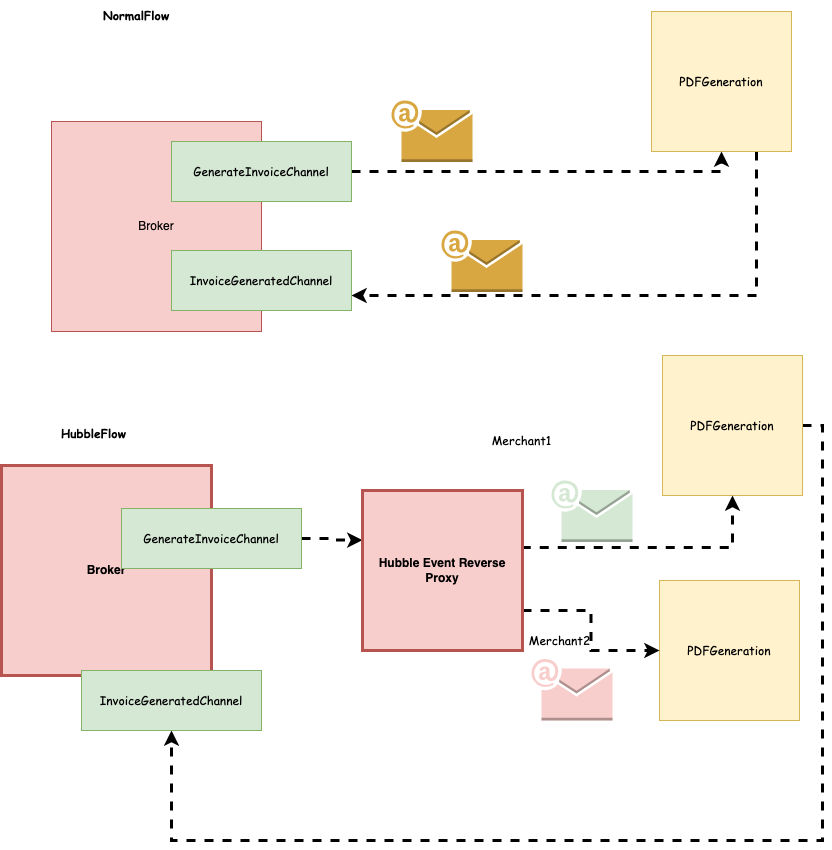
Above: Hubble-Project-Notes/images/10-Hubble-EventProxy-Protocol.png in cb-manick/hubble (draw.io), before the change. Source tidied: cells renumbered, new cells last; positions are measured from the earlier drawing's top-left corner, leaving out a move shared by most shapes.
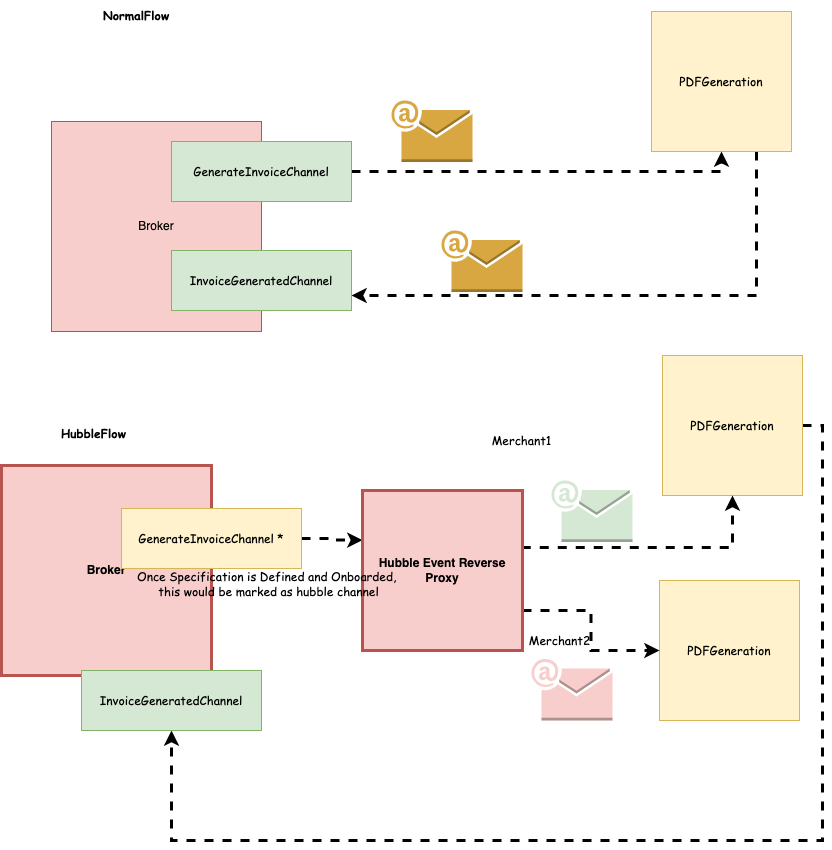
After the commit.

Commit message:
add Event Proxy

The edit, as a diff of the source:
```diff
@@ -53,7 +53,7 @@
     <mxCell id="16" style="edgeStyle=orthogonalEdgeStyle;rounded=0;jettySize=auto;html=1;exitX=1;exitY=0.5;exitDx=0;exitDy=0;entryX=0;entryY=0.31;entryDx=0;entryDy=0;entryPerimeter=0;dashed=1;fontFamily=Comic Sans MS;strokeWidth=3;" parent="1" edge="1" source="17" target="22">
       <mxGeometry relative="1" as="geometry" />
     </mxCell>
-    <mxCell id="17" value="&lt;font face=&quot;Comic Sans MS&quot;&gt;GenerateInvoiceChannel&lt;/font&gt;" style="rounded=0;whiteSpace=wrap;html=1;fillColor=#d5e8d4;strokeColor=#82b366;" parent="1" vertex="1">
+    <mxCell id="17" value="&lt;font face=&quot;Comic Sans MS&quot;&gt;GenerateInvoiceChannel *&lt;/font&gt;" style="rounded=0;whiteSpace=wrap;html=1;fillColor=#fff2cc;strokeColor=#d6b656;" parent="1" vertex="1">
       <mxGeometry x="120" y="508" width="180" height="60" as="geometry" />
     </mxCell>
     <mxCell id="18" style="dashed=0;verticalLabelPosition=bottom;verticalAlign=top;align=center;html=1;shape=mxgraph.aws3.email;fillColor=#f8cecc;strokeColor=#b85450;" parent="1" vertex="1">
@@ -80,5 +80,8 @@
     <mxCell id="25" value="Merchant2" style="text;html=1;align=center;verticalAlign=middle;strokeColor=none;fillColor=none;fontFamily=Comic Sans MS;" parent="1" vertex="1">
       <mxGeometry x="518" y="630" width="80" height="20" as="geometry" />
     </mxCell>
+    <mxCell id="26" value="Once Specification is Defined and Onboarded, &lt;br&gt;this would be marked as hubble channel" style="text;html=1;align=center;verticalAlign=middle;strokeColor=none;fillColor=none;fontFamily=Comic Sans MS;" parent="1" vertex="1">
+      <mxGeometry x="132" y="568" width="270" height="30" as="geometry" />
+    </mxCell>
   </root>
 </mxGraphModel>
```
